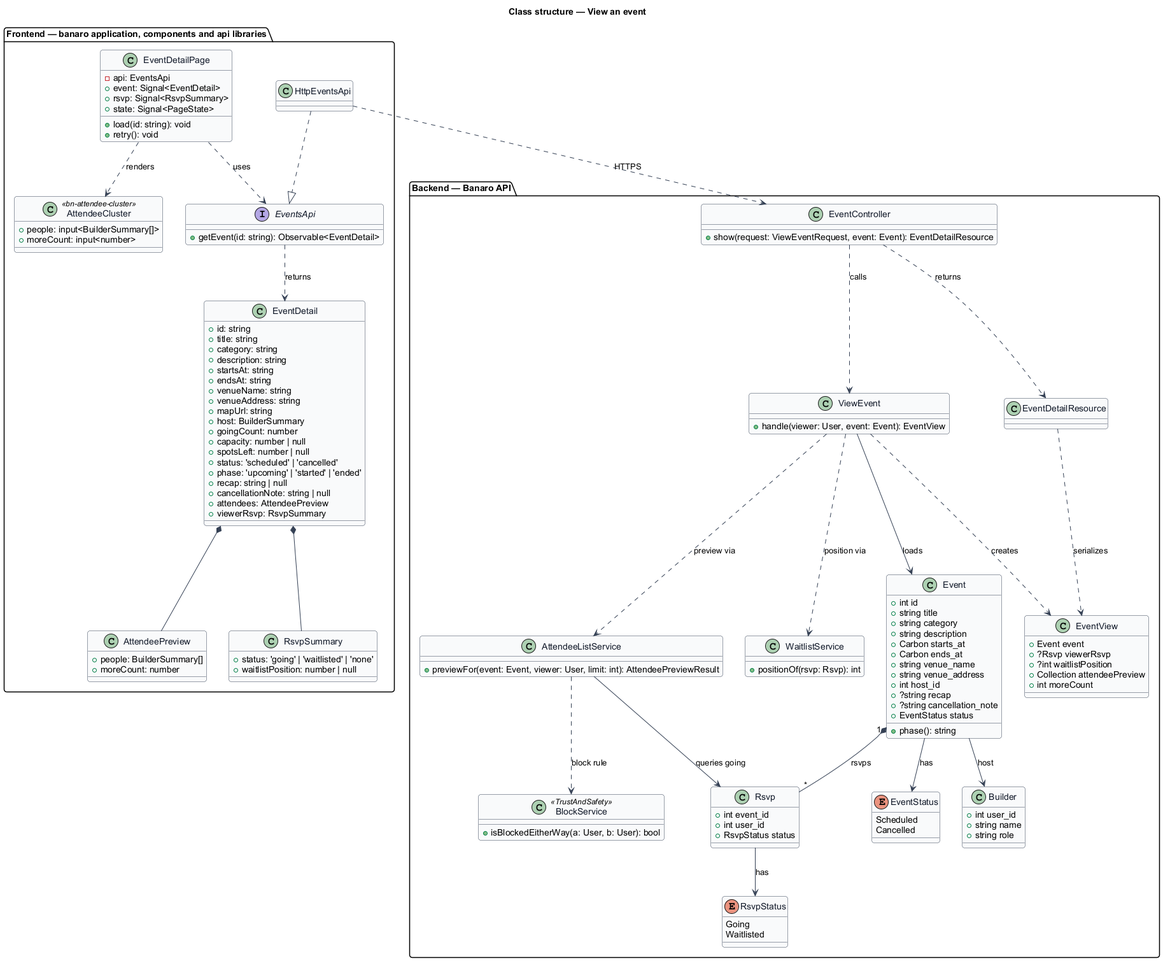
Before: docs/detailed-designs/events/view-event/diagrams/class-structure.png, a diagram exported from PlantUML (QuinntyneBrown/banaro).
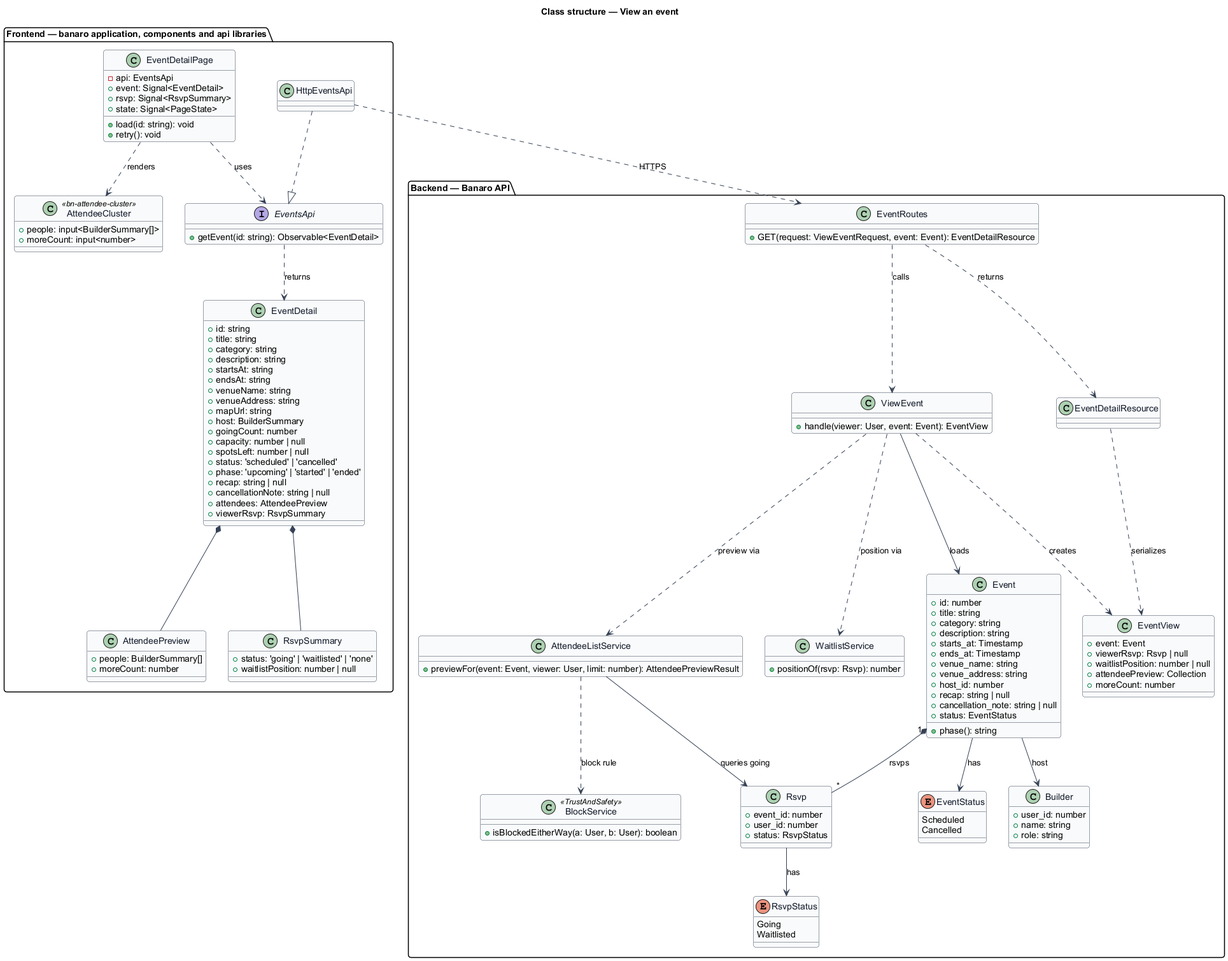
The same diagram one commit later.

Change to the diagram source:
```diff
@@ -60,52 +60,52 @@
 }
 
 package "Backend — Banaro API" {
-  class EventController {
-    +show(request: ViewEventRequest, event: Event): EventDetailResource
+  class EventRoutes {
+    +GET(request: ViewEventRequest, event: Event): EventDetailResource
   }
   class ViewEvent {
     +handle(viewer: User, event: Event): EventView
   }
   class EventView {
-    +Event event
-    +?Rsvp viewerRsvp
-    +?int waitlistPosition
-    +Collection attendeePreview
-    +int moreCount
+    +event: Event
+    +viewerRsvp: Rsvp | null
+    +waitlistPosition: number | null
+    +attendeePreview: Collection
+    +moreCount: number
   }
   class AttendeeListService {
-    +previewFor(event: Event, viewer: User, limit: int): AttendeePreviewResult
+    +previewFor(event: Event, viewer: User, limit: number): AttendeePreviewResult
   }
   class BlockService <<TrustAndSafety>> {
-    +isBlockedEitherWay(a: User, b: User): bool
+    +isBlockedEitherWay(a: User, b: User): boolean
   }
   class WaitlistService {
-    +positionOf(rsvp: Rsvp): int
+    +positionOf(rsvp: Rsvp): number
   }
   class Event {
-    +int id
-    +string title
-    +string category
-    +string description
-    +Carbon starts_at
-    +Carbon ends_at
-    +string venue_name
-    +string venue_address
-    +int host_id
-    +?string recap
-    +?string cancellation_note
-    +EventStatus status
+    +id: number
+    +title: string
+    +category: string
+    +description: string
+    +starts_at: Timestamp
+    +ends_at: Timestamp
+    +venue_name: string
+    +venue_address: string
+    +host_id: number
+    +recap: string | null
+    +cancellation_note: string | null
+    +status: EventStatus
     +phase(): string
   }
   class Rsvp {
-    +int event_id
-    +int user_id
-    +RsvpStatus status
+    +event_id: number
+    +user_id: number
+    +status: RsvpStatus
   }
   class Builder {
-    +int user_id
-    +string name
-    +string role
+    +user_id: number
+    +name: string
+    +role: string
   }
   enum RsvpStatus {
     Going
@@ -124,10 +124,10 @@
 EventsApi ..> EventDetail : returns
 EventDetail *-- AttendeePreview
 EventDetail *-- RsvpSummary
-HttpEventsApi ..> EventController : HTTPS
+HttpEventsApi ..> EventRoutes : HTTPS
 
-EventController ..> ViewEvent : calls
-EventController ..> EventDetailResource : returns
+EventRoutes ..> ViewEvent : calls
+EventRoutes ..> EventDetailResource : returns
 EventDetailResource ..> EventView : serializes
 ViewEvent ..> EventView : creates
 ViewEvent ..> WaitlistService : position via
```
